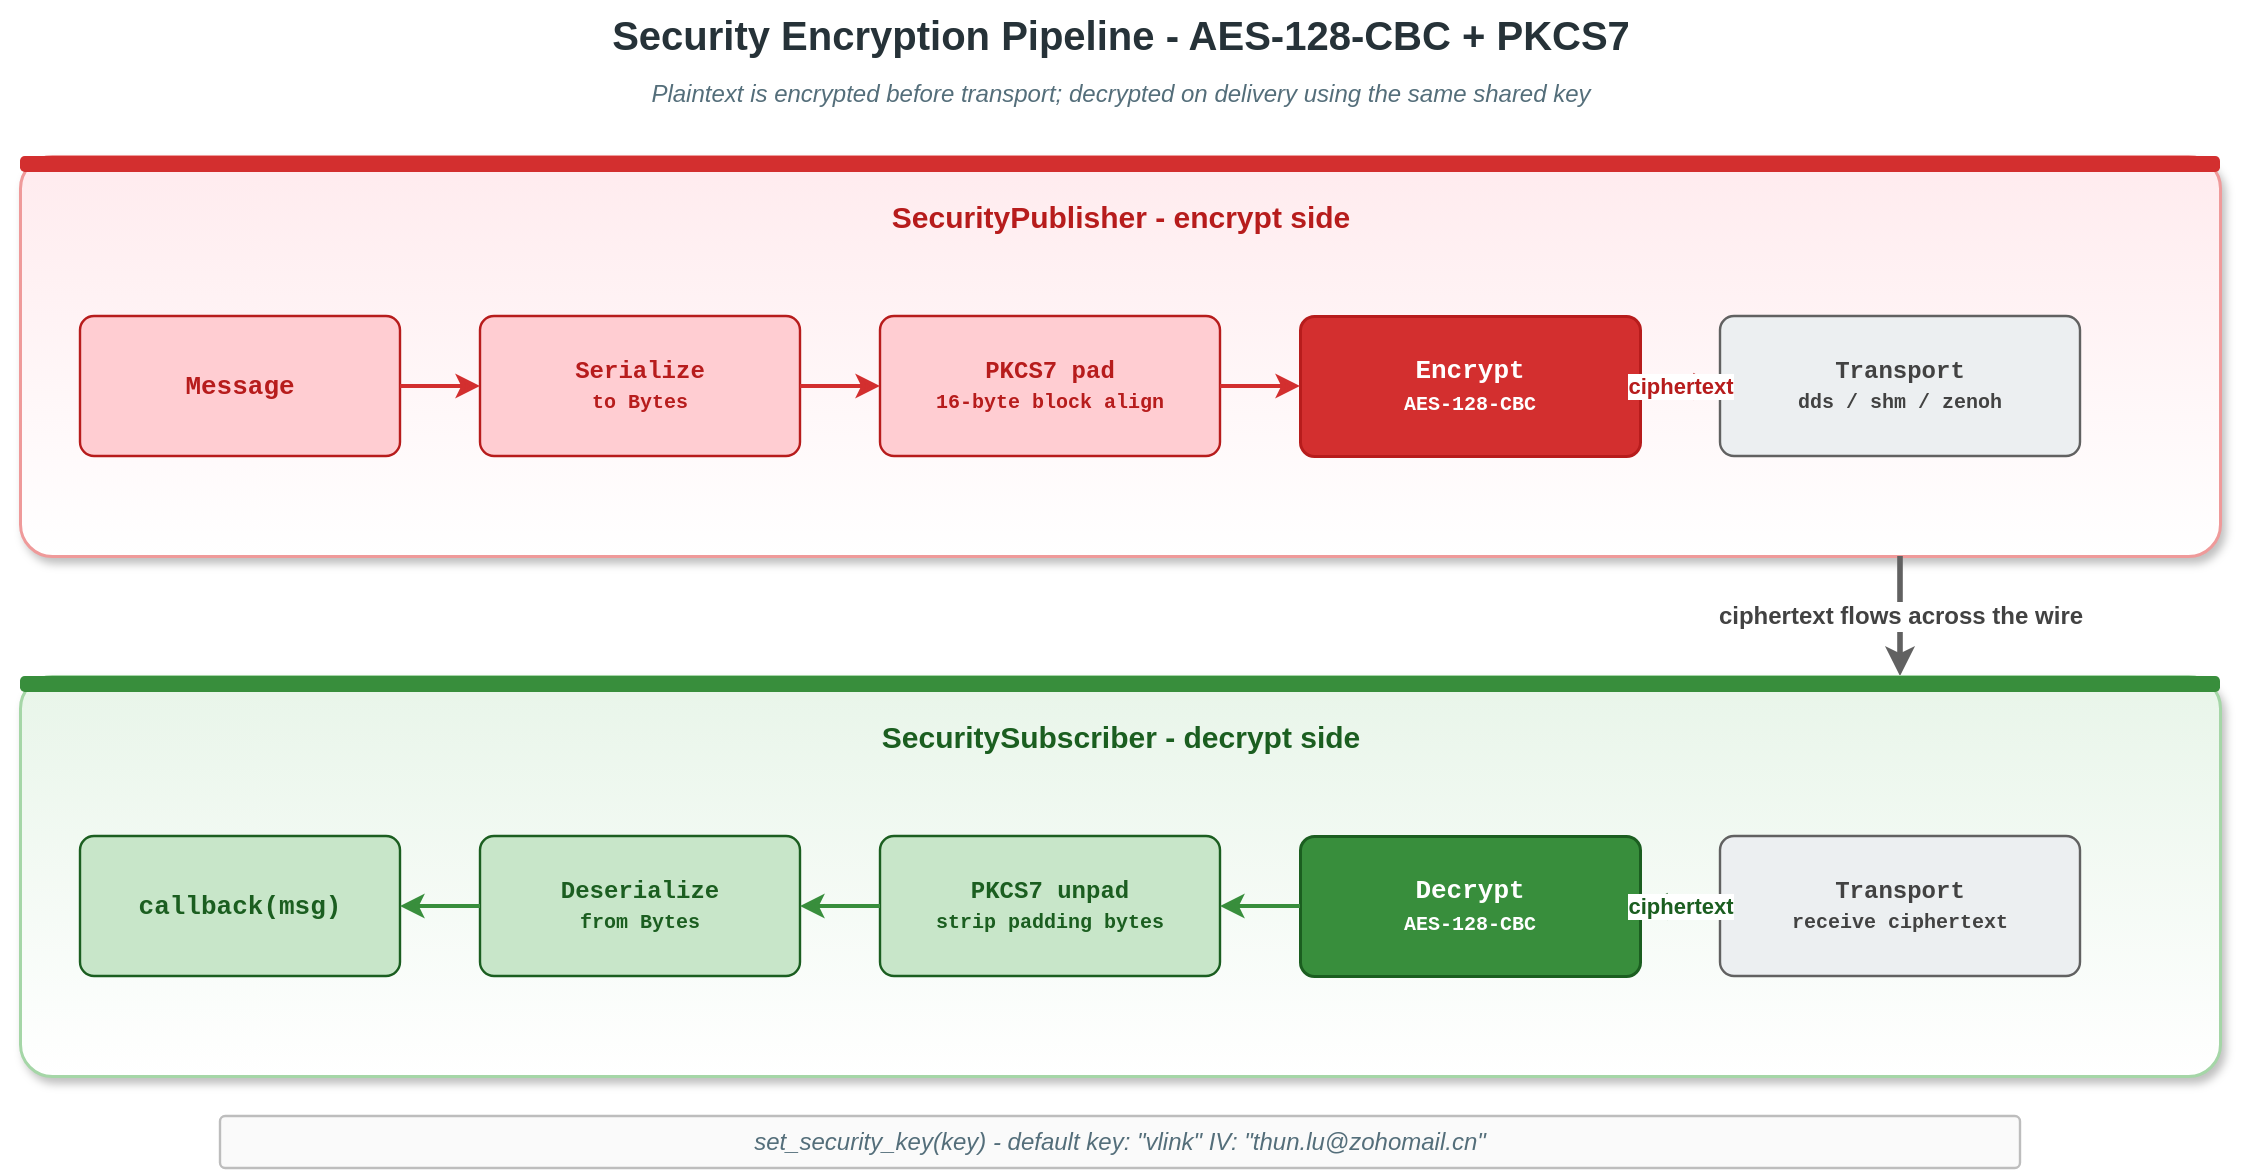
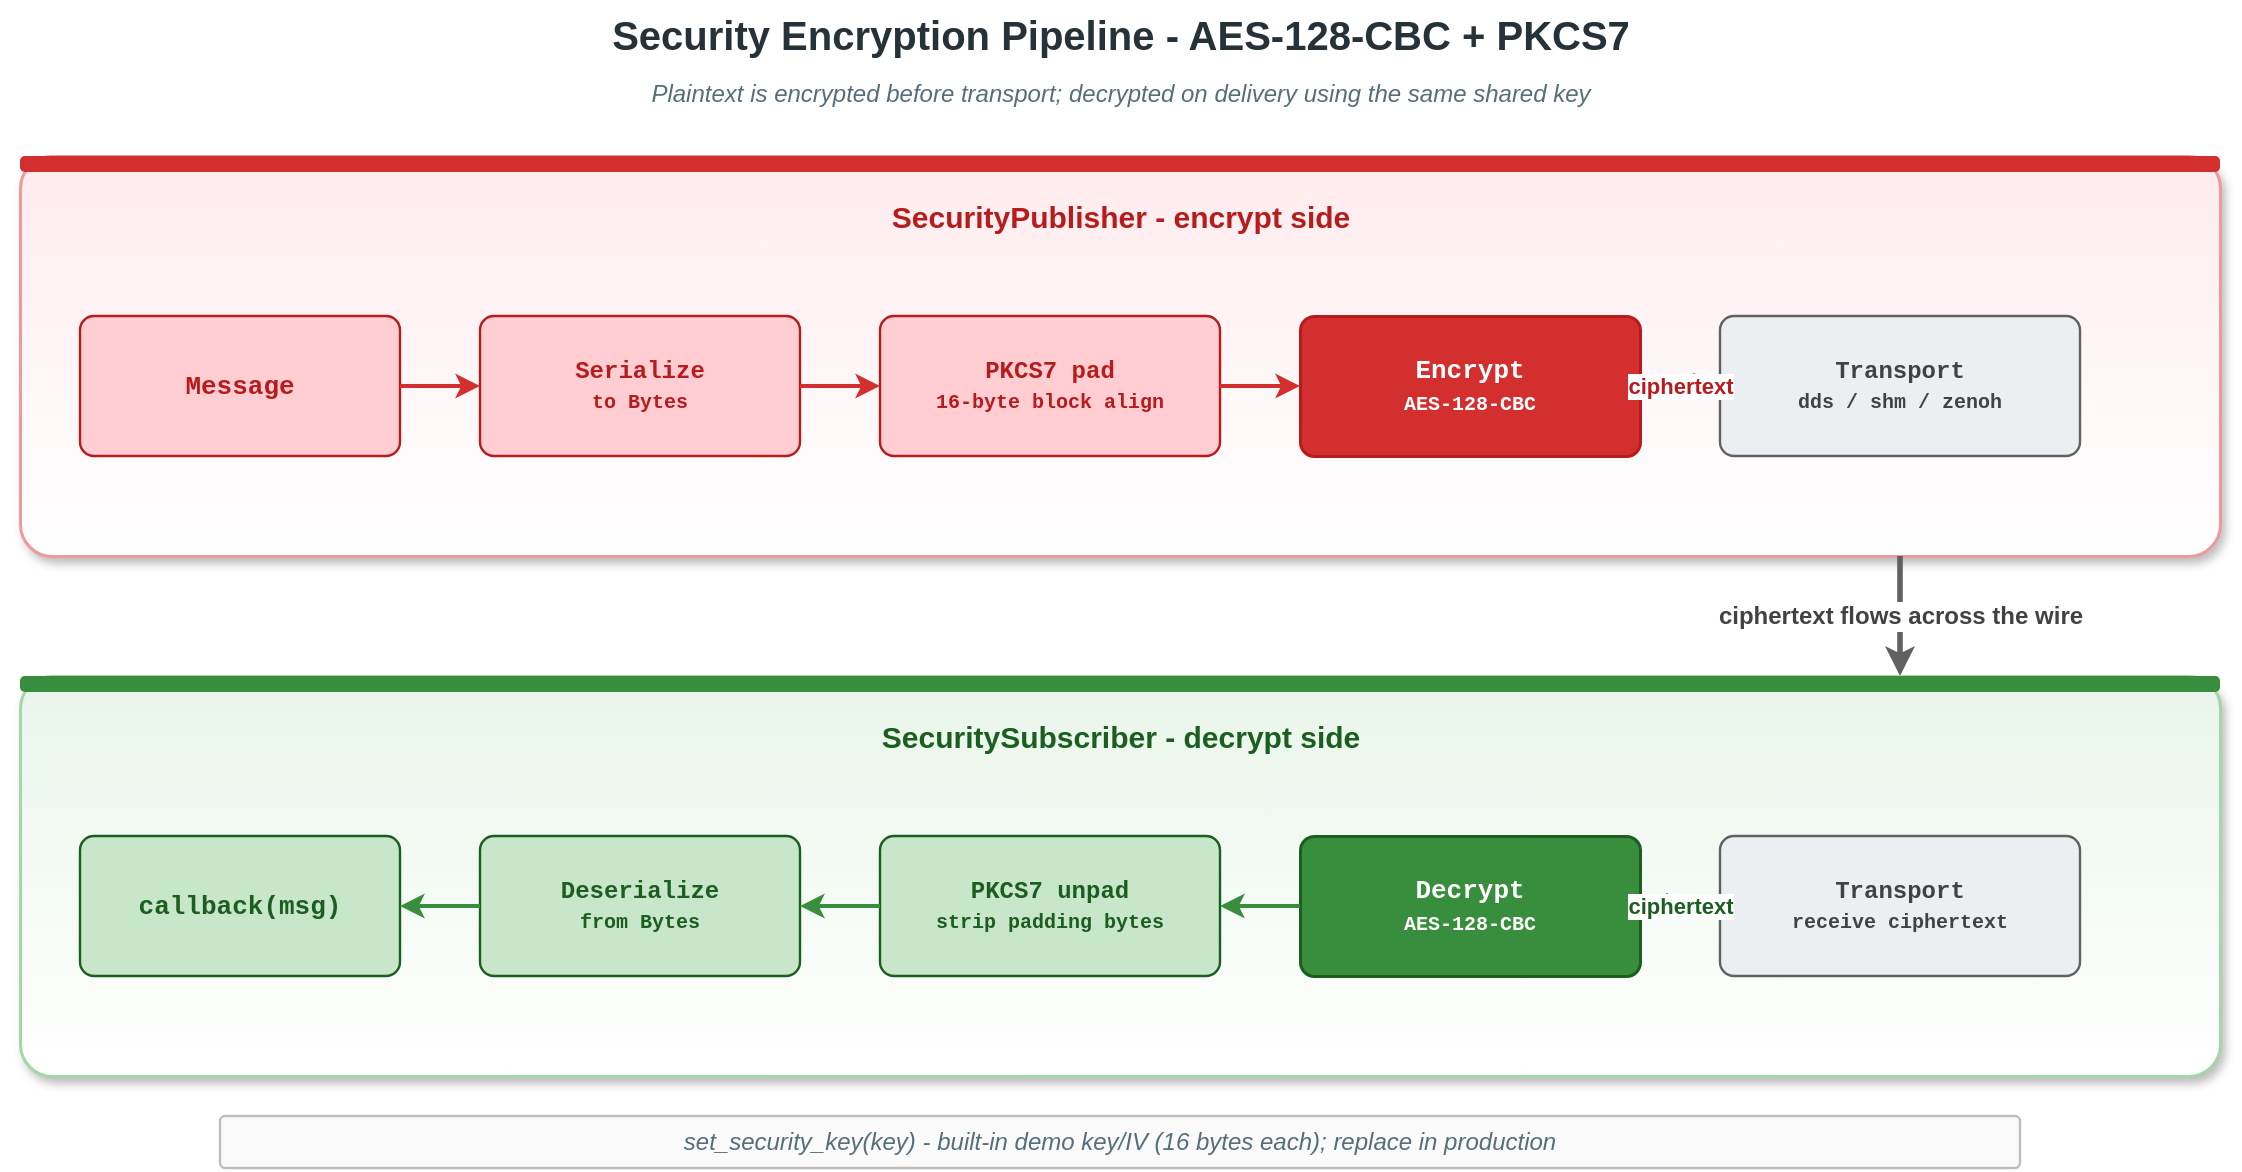
<mxfile host="app.diagrams.net" modified="2026-04-23T00:00:00.000Z" agent="Claude" version="24.0.0" type="device">
  <diagram id="security-encryption" name="Security Encryption Pipeline">
    <mxGraphModel dx="1180" dy="620" grid="0" gridSize="10" guides="1" tooltips="1" connect="1" arrows="1" fold="1" page="1" pageScale="1" pageWidth="1180" pageHeight="620" math="0" shadow="0">
      <root>
        <mxCell id="0" />
        <mxCell id="1" parent="0" />

        <mxCell id="title" value="Security Encryption Pipeline  -  AES-128-CBC + PKCS7" style="text;html=1;align=center;verticalAlign=middle;strokeColor=none;fillColor=none;fontSize=20;fontStyle=1;fontColor=#263238;" vertex="1" parent="1">
          <mxGeometry x="30" y="22" width="1120" height="34" as="geometry" />
        </mxCell>
        <mxCell id="subtitle" value="Plaintext is encrypted before transport; decrypted on delivery using the same shared key" style="text;html=1;align=center;verticalAlign=middle;strokeColor=none;fillColor=none;fontSize=12;fontStyle=2;fontColor=#546e7a;" vertex="1" parent="1">
          <mxGeometry x="30" y="58" width="1120" height="22" as="geometry" />
        </mxCell>

        <mxCell id="pubBg" value="" style="rounded=1;whiteSpace=wrap;html=1;fillColor=#ffffff;strokeColor=#ef9a9a;strokeWidth=1.5;arcSize=8;shadow=1;gradientColor=#ffebee;gradientDirection=north;" vertex="1" parent="1">
          <mxGeometry x="40" y="100" width="1100" height="200" as="geometry" />
        </mxCell>
        <mxCell id="pubBar" value="" style="rounded=1;whiteSpace=wrap;html=1;fillColor=#d32f2f;strokeColor=none;arcSize=30;" vertex="1" parent="1">
          <mxGeometry x="40" y="100" width="1100" height="8" as="geometry" />
        </mxCell>
        <mxCell id="pubT" value="SecurityPublisher  -  encrypt side" style="text;html=1;align=center;verticalAlign=middle;strokeColor=none;fillColor=none;fontSize=15;fontStyle=1;fontColor=#b71c1c;" vertex="1" parent="1">
          <mxGeometry x="40" y="116" width="1100" height="28" as="geometry" />
        </mxCell>

        <mxCell id="pMsg" value="Message&lt;T&gt;" style="rounded=1;whiteSpace=wrap;html=1;fillColor=#ffcdd2;strokeColor=#b71c1c;strokeWidth=1.2;fontSize=13;fontFamily=Courier New;fontStyle=1;fontColor=#b71c1c;arcSize=10;" vertex="1" parent="1">
          <mxGeometry x="70" y="180" width="160" height="70" as="geometry" />
        </mxCell>
        <mxCell id="pSer" value="Serialize&lt;br&gt;&lt;span style=&quot;font-size:10px&quot;&gt;to Bytes&lt;/span&gt;" style="rounded=1;whiteSpace=wrap;html=1;fillColor=#ffcdd2;strokeColor=#b71c1c;strokeWidth=1.2;fontSize=12;fontFamily=Courier New;fontStyle=1;fontColor=#b71c1c;arcSize=10;" vertex="1" parent="1">
          <mxGeometry x="270" y="180" width="160" height="70" as="geometry" />
        </mxCell>
        <mxCell id="pPad" value="PKCS7 pad&lt;br&gt;&lt;span style=&quot;font-size:10px&quot;&gt;16-byte block align&lt;/span&gt;" style="rounded=1;whiteSpace=wrap;html=1;fillColor=#ffcdd2;strokeColor=#b71c1c;strokeWidth=1.2;fontSize=12;fontFamily=Courier New;fontStyle=1;fontColor=#b71c1c;arcSize=10;" vertex="1" parent="1">
          <mxGeometry x="470" y="180" width="170" height="70" as="geometry" />
        </mxCell>
        <mxCell id="pEnc" value="Encrypt&lt;br&gt;&lt;span style=&quot;font-size:10px&quot;&gt;AES-128-CBC&lt;/span&gt;" style="rounded=1;whiteSpace=wrap;html=1;fillColor=#d32f2f;strokeColor=#b71c1c;strokeWidth=1.5;fontSize=13;fontFamily=Courier New;fontStyle=1;fontColor=#ffffff;arcSize=10;" vertex="1" parent="1">
          <mxGeometry x="680" y="180" width="170" height="70" as="geometry" />
        </mxCell>
        <mxCell id="pTx" value="Transport&lt;br&gt;&lt;span style=&quot;font-size:10px&quot;&gt;dds / shm / zenoh&lt;/span&gt;" style="rounded=1;whiteSpace=wrap;html=1;fillColor=#eceff1;strokeColor=#616161;strokeWidth=1.2;fontSize=12;fontFamily=Courier New;fontStyle=1;fontColor=#424242;arcSize=10;" vertex="1" parent="1">
          <mxGeometry x="890" y="180" width="180" height="70" as="geometry" />
        </mxCell>

        <mxCell id="pA1" value="" style="endArrow=classic;endFill=1;html=1;strokeWidth=2;strokeColor=#d32f2f;exitX=1;exitY=0.5;entryX=0;entryY=0.5;rounded=1;" edge="1" parent="1" source="pMsg" target="pSer">
          <mxGeometry relative="1" as="geometry" />
        </mxCell>
        <mxCell id="pA2" value="" style="endArrow=classic;endFill=1;html=1;strokeWidth=2;strokeColor=#d32f2f;exitX=1;exitY=0.5;entryX=0;entryY=0.5;rounded=1;" edge="1" parent="1" source="pSer" target="pPad">
          <mxGeometry relative="1" as="geometry" />
        </mxCell>
        <mxCell id="pA3" value="" style="endArrow=classic;endFill=1;html=1;strokeWidth=2;strokeColor=#d32f2f;exitX=1;exitY=0.5;entryX=0;entryY=0.5;rounded=1;" edge="1" parent="1" source="pPad" target="pEnc">
          <mxGeometry relative="1" as="geometry" />
        </mxCell>
        <mxCell id="pA4" value="ciphertext" style="endArrow=classic;endFill=1;html=1;strokeWidth=2.4;strokeColor=#b71c1c;fontSize=11;fontStyle=1;fontColor=#b71c1c;exitX=1;exitY=0.5;entryX=0;entryY=0.5;labelBackgroundColor=#ffffff;rounded=1;" edge="1" parent="1" source="pEnc" target="pTx">
          <mxGeometry relative="1" as="geometry" />
        </mxCell>

        <mxCell id="xWire" value="ciphertext flows across the wire" style="endArrow=classic;endFill=1;html=1;strokeWidth=2.8;strokeColor=#616161;fontSize=12;fontStyle=1;fontColor=#424242;labelBackgroundColor=#ffffff;rounded=1;edgeStyle=orthogonalEdgeStyle;" edge="1" parent="1">
          <mxGeometry relative="1" as="geometry">
            <mxPoint x="980" y="300" as="sourcePoint" />
            <mxPoint x="980" y="360" as="targetPoint" />
          </mxGeometry>
        </mxCell>

        <mxCell id="subBg" value="" style="rounded=1;whiteSpace=wrap;html=1;fillColor=#ffffff;strokeColor=#a5d6a7;strokeWidth=1.5;arcSize=8;shadow=1;gradientColor=#e8f5e9;gradientDirection=north;" vertex="1" parent="1">
          <mxGeometry x="40" y="360" width="1100" height="200" as="geometry" />
        </mxCell>
        <mxCell id="subBar" value="" style="rounded=1;whiteSpace=wrap;html=1;fillColor=#388e3c;strokeColor=none;arcSize=30;" vertex="1" parent="1">
          <mxGeometry x="40" y="360" width="1100" height="8" as="geometry" />
        </mxCell>
        <mxCell id="subT" value="SecuritySubscriber  -  decrypt side" style="text;html=1;align=center;verticalAlign=middle;strokeColor=none;fillColor=none;fontSize=15;fontStyle=1;fontColor=#1b5e20;" vertex="1" parent="1">
          <mxGeometry x="40" y="376" width="1100" height="28" as="geometry" />
        </mxCell>

        <mxCell id="sRx" value="Transport&lt;br&gt;&lt;span style=&quot;font-size:10px&quot;&gt;receive ciphertext&lt;/span&gt;" style="rounded=1;whiteSpace=wrap;html=1;fillColor=#eceff1;strokeColor=#616161;strokeWidth=1.2;fontSize=12;fontFamily=Courier New;fontStyle=1;fontColor=#424242;arcSize=10;" vertex="1" parent="1">
          <mxGeometry x="890" y="440" width="180" height="70" as="geometry" />
        </mxCell>
        <mxCell id="sDec" value="Decrypt&lt;br&gt;&lt;span style=&quot;font-size:10px&quot;&gt;AES-128-CBC&lt;/span&gt;" style="rounded=1;whiteSpace=wrap;html=1;fillColor=#388e3c;strokeColor=#1b5e20;strokeWidth=1.5;fontSize=13;fontFamily=Courier New;fontStyle=1;fontColor=#ffffff;arcSize=10;" vertex="1" parent="1">
          <mxGeometry x="680" y="440" width="170" height="70" as="geometry" />
        </mxCell>
        <mxCell id="sUnpad" value="PKCS7 unpad&lt;br&gt;&lt;span style=&quot;font-size:10px&quot;&gt;strip padding bytes&lt;/span&gt;" style="rounded=1;whiteSpace=wrap;html=1;fillColor=#c8e6c9;strokeColor=#1b5e20;strokeWidth=1.2;fontSize=12;fontFamily=Courier New;fontStyle=1;fontColor=#1b5e20;arcSize=10;" vertex="1" parent="1">
          <mxGeometry x="470" y="440" width="170" height="70" as="geometry" />
        </mxCell>
        <mxCell id="sDeser" value="Deserialize&lt;br&gt;&lt;span style=&quot;font-size:10px&quot;&gt;from Bytes&lt;/span&gt;" style="rounded=1;whiteSpace=wrap;html=1;fillColor=#c8e6c9;strokeColor=#1b5e20;strokeWidth=1.2;fontSize=12;fontFamily=Courier New;fontStyle=1;fontColor=#1b5e20;arcSize=10;" vertex="1" parent="1">
          <mxGeometry x="270" y="440" width="160" height="70" as="geometry" />
        </mxCell>
        <mxCell id="sCb" value="callback(msg)" style="rounded=1;whiteSpace=wrap;html=1;fillColor=#c8e6c9;strokeColor=#1b5e20;strokeWidth=1.2;fontSize=13;fontFamily=Courier New;fontStyle=1;fontColor=#1b5e20;arcSize=10;" vertex="1" parent="1">
          <mxGeometry x="70" y="440" width="160" height="70" as="geometry" />
        </mxCell>

        <mxCell id="sA1" value="ciphertext" style="endArrow=classic;endFill=1;html=1;strokeWidth=2.4;strokeColor=#1b5e20;fontSize=11;fontStyle=1;fontColor=#1b5e20;exitX=0;exitY=0.5;entryX=1;entryY=0.5;labelBackgroundColor=#ffffff;rounded=1;" edge="1" parent="1" source="sRx" target="sDec">
          <mxGeometry relative="1" as="geometry" />
        </mxCell>
        <mxCell id="sA2" value="" style="endArrow=classic;endFill=1;html=1;strokeWidth=2;strokeColor=#388e3c;exitX=0;exitY=0.5;entryX=1;entryY=0.5;rounded=1;" edge="1" parent="1" source="sDec" target="sUnpad">
          <mxGeometry relative="1" as="geometry" />
        </mxCell>
        <mxCell id="sA3" value="" style="endArrow=classic;endFill=1;html=1;strokeWidth=2;strokeColor=#388e3c;exitX=0;exitY=0.5;entryX=1;entryY=0.5;rounded=1;" edge="1" parent="1" source="sUnpad" target="sDeser">
          <mxGeometry relative="1" as="geometry" />
        </mxCell>
        <mxCell id="sA4" value="" style="endArrow=classic;endFill=1;html=1;strokeWidth=2;strokeColor=#388e3c;exitX=0;exitY=0.5;entryX=1;entryY=0.5;rounded=1;" edge="1" parent="1" source="sDeser" target="sCb">
          <mxGeometry relative="1" as="geometry" />
        </mxCell>

-         <mxCell id="note1" value="set_security_key(key)   -   default key: &quot;vlink&quot;    IV: &quot;thun.lu@zohomail.cn&quot;" style="rounded=1;whiteSpace=wrap;html=1;fillColor=#fafafa;strokeColor=#bdbdbd;strokeWidth=1.2;fontSize=12;fontStyle=2;fontColor=#546e7a;arcSize=10;" vertex="1" parent="1">
+         <mxCell id="note1" value="set_security_key(key)   -   built-in demo key/IV (16 bytes each); replace in production" style="rounded=1;whiteSpace=wrap;html=1;fillColor=#fafafa;strokeColor=#bdbdbd;strokeWidth=1.2;fontSize=12;fontStyle=2;fontColor=#546e7a;arcSize=10;" vertex="1" parent="1">
          <mxGeometry x="140" y="580" width="900" height="26" as="geometry" />
        </mxCell>

      </root>
    </mxGraphModel>
  </diagram>
</mxfile>
